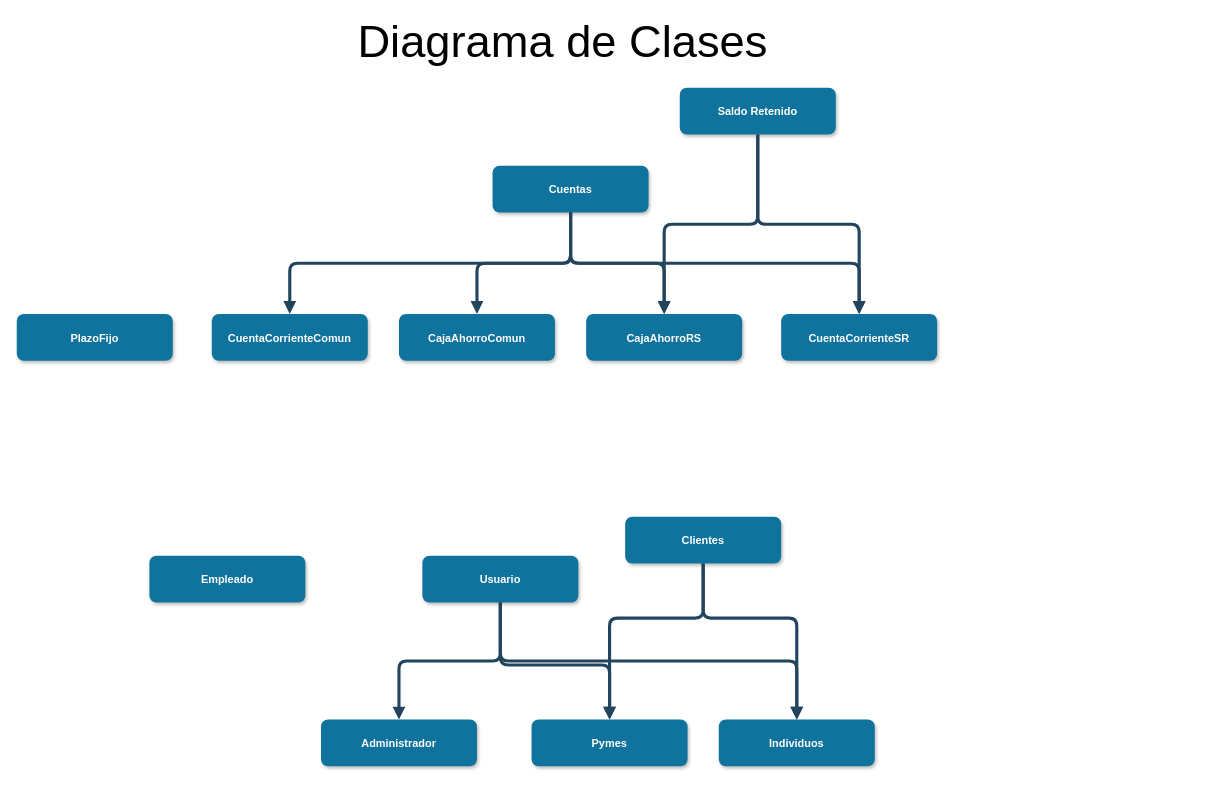
The draw.io diagram Diagrama Clases.drawio in mlimideiro/POO-FINAL-BANCO, before the edit. Source tidied: cells renumbered, new cells numbered last; positions are measured from the earlier drawing's top-left corner, leaving out a move shared by most shapes. Both pictures are drawn from the tidied source at 78%, with x=0, y=0 at pixel (16, 33).
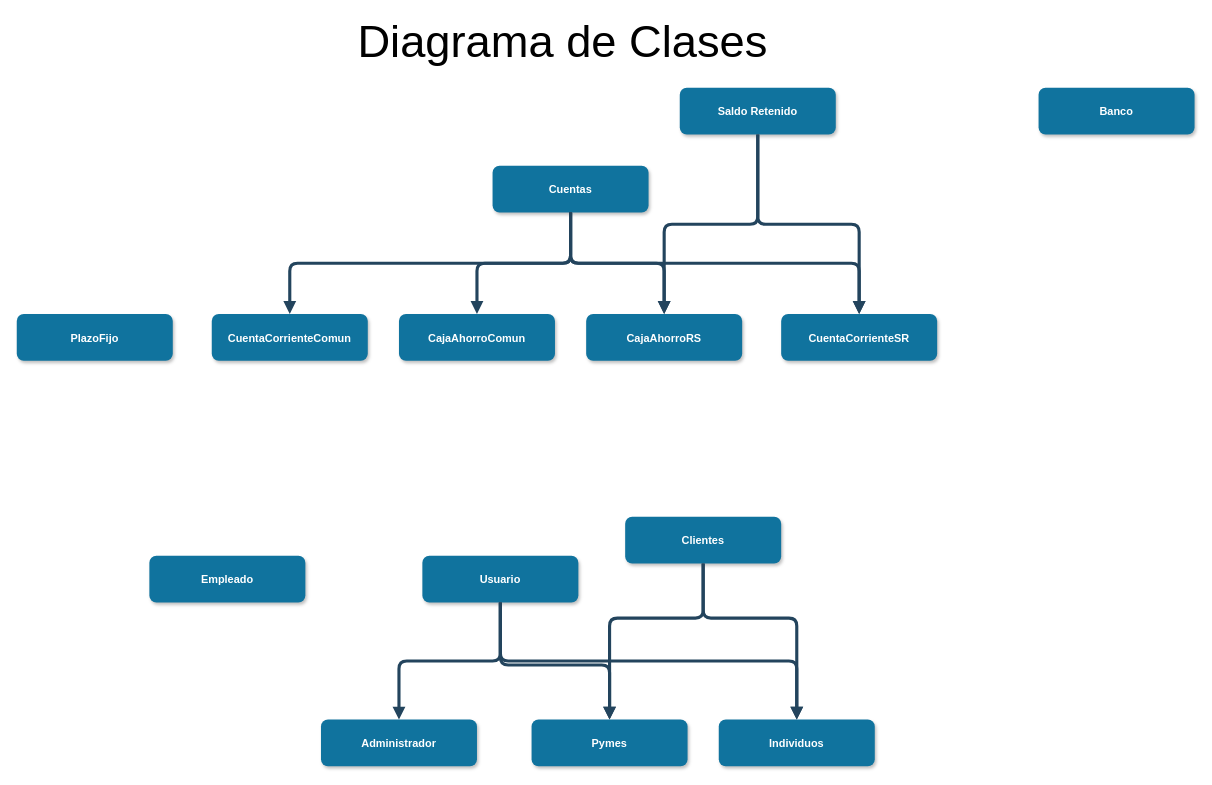
The same page after the edit.

The edit, as a diff of the source:
```diff
@@
+    <mxCell id="27" value="Banco" style="rounded=1;fillColor=#10739E;strokeColor=none;shadow=1;gradientColor=none;fontStyle=1;fontColor=#FFFFFF;fontSize=14;" parent="1" vertex="1">
+      <mxGeometry x="1310" y="70" width="200" height="60" as="geometry" />
+    </mxCell>
```
